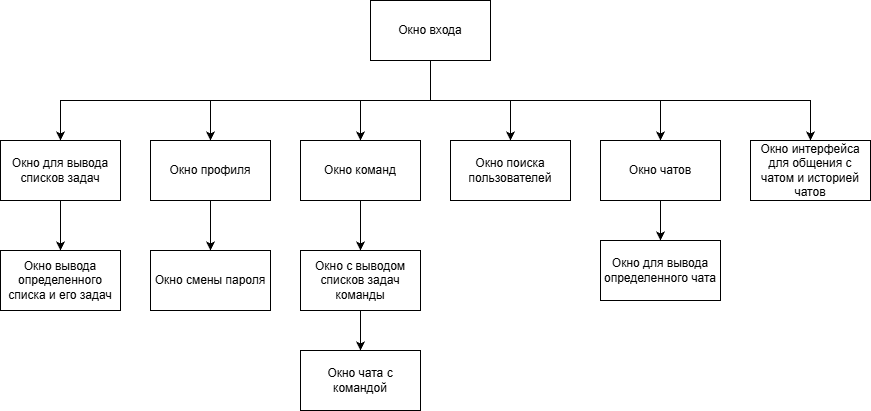
The draw.io diagram Структура внутренней части сайта.png in AleksandrMeshkov/Diplom, before a commit. Source tidied: cells renumbered, new cells last; positions are measured from the earlier drawing's top-left corner, leaving out a move shared by most shapes. Its diagram source:
```xml
<mxGraphModel>
  <root>
    <mxCell id="0" />
    <mxCell id="1" parent="0" />
    <mxCell id="2" style="edgeStyle=orthogonalEdgeStyle;rounded=0;jettySize=auto;html=1;entryX=0.5;entryY=0;entryDx=0;entryDy=0;exitX=0.5;exitY=1;exitDx=0;exitDy=0;" parent="1" edge="1" source="8" target="18">
      <mxGeometry relative="1" as="geometry" />
    </mxCell>
    <mxCell id="3" style="edgeStyle=orthogonalEdgeStyle;rounded=0;jettySize=auto;html=1;exitX=0.5;exitY=1;exitDx=0;exitDy=0;entryX=0.5;entryY=0;entryDx=0;entryDy=0;" parent="1" edge="1" source="8" target="10">
      <mxGeometry relative="1" as="geometry" />
    </mxCell>
    <mxCell id="4" style="edgeStyle=orthogonalEdgeStyle;rounded=0;jettySize=auto;html=1;exitX=0.5;exitY=1;exitDx=0;exitDy=0;entryX=0.5;entryY=0;entryDx=0;entryDy=0;" parent="1" edge="1" source="8" target="12">
      <mxGeometry relative="1" as="geometry" />
    </mxCell>
    <mxCell id="5" style="edgeStyle=orthogonalEdgeStyle;rounded=0;jettySize=auto;html=1;exitX=0.5;exitY=1;exitDx=0;exitDy=0;entryX=0.5;entryY=0;entryDx=0;entryDy=0;" parent="1" edge="1" source="8" target="16">
      <mxGeometry relative="1" as="geometry" />
    </mxCell>
    <mxCell id="6" style="edgeStyle=orthogonalEdgeStyle;rounded=0;jettySize=auto;html=1;exitX=0.5;exitY=1;exitDx=0;exitDy=0;entryX=0.5;entryY=0;entryDx=0;entryDy=0;" parent="1" edge="1" source="8" target="15">
      <mxGeometry relative="1" as="geometry" />
    </mxCell>
    <mxCell id="7" style="edgeStyle=orthogonalEdgeStyle;rounded=0;jettySize=auto;html=1;exitX=0.5;exitY=1;exitDx=0;exitDy=0;entryX=0.5;entryY=0;entryDx=0;entryDy=0;" parent="1" edge="1" source="8" target="13">
      <mxGeometry relative="1" as="geometry" />
    </mxCell>
    <mxCell id="8" value="Окно входа" style="rounded=0;whiteSpace=wrap;html=1;" parent="1" vertex="1">
      <mxGeometry x="370" width="120" height="60" as="geometry" />
    </mxCell>
    <mxCell id="9" style="edgeStyle=orthogonalEdgeStyle;rounded=0;jettySize=auto;html=1;" parent="1" edge="1" source="10" target="19">
      <mxGeometry relative="1" as="geometry" />
    </mxCell>
    <mxCell id="10" value="Окно профиля" style="rounded=0;whiteSpace=wrap;html=1;" parent="1" vertex="1">
      <mxGeometry x="150" y="140" width="120" height="60" as="geometry" />
    </mxCell>
    <mxCell id="11" style="edgeStyle=orthogonalEdgeStyle;rounded=0;jettySize=auto;html=1;" parent="1" edge="1" source="12" target="21">
      <mxGeometry relative="1" as="geometry" />
    </mxCell>
    <mxCell id="12" value="Окно команд" style="rounded=0;whiteSpace=wrap;html=1;" parent="1" vertex="1">
      <mxGeometry x="300" y="140" width="120" height="60" as="geometry" />
    </mxCell>
    <mxCell id="13" value="Окно поиска пользователей" style="rounded=0;whiteSpace=wrap;html=1;" parent="1" vertex="1">
      <mxGeometry x="450" y="140" width="120" height="60" as="geometry" />
    </mxCell>
    <mxCell id="14" style="edgeStyle=orthogonalEdgeStyle;rounded=0;jettySize=auto;html=1;" parent="1" edge="1" source="15" target="23">
      <mxGeometry relative="1" as="geometry" />
    </mxCell>
    <mxCell id="15" value="Окно чатов" style="rounded=0;whiteSpace=wrap;html=1;" parent="1" vertex="1">
      <mxGeometry x="600" y="140" width="120" height="60" as="geometry" />
    </mxCell>
    <mxCell id="16" value="Окно интерфейса для общения с чатом и историей чатов" style="rounded=0;whiteSpace=wrap;html=1;" parent="1" vertex="1">
      <mxGeometry x="750" y="140" width="120" height="60" as="geometry" />
    </mxCell>
    <mxCell id="17" style="edgeStyle=orthogonalEdgeStyle;rounded=0;jettySize=auto;html=1;" parent="1" edge="1" source="18" target="24">
      <mxGeometry relative="1" as="geometry" />
    </mxCell>
    <mxCell id="18" value="Окно для вывода списков задач" style="rounded=0;whiteSpace=wrap;html=1;" parent="1" vertex="1">
      <mxGeometry y="140" width="120" height="60" as="geometry" />
    </mxCell>
    <mxCell id="19" value="Окно смены пароля" style="rounded=0;whiteSpace=wrap;html=1;" parent="1" vertex="1">
      <mxGeometry x="150" y="250" width="120" height="60" as="geometry" />
    </mxCell>
    <mxCell id="20" style="edgeStyle=orthogonalEdgeStyle;rounded=0;jettySize=auto;html=1;" parent="1" edge="1" source="21" target="22">
      <mxGeometry relative="1" as="geometry" />
    </mxCell>
    <mxCell id="21" value="Окно с выводом списков задач команды" style="rounded=0;whiteSpace=wrap;html=1;" parent="1" vertex="1">
      <mxGeometry x="300" y="250" width="120" height="60" as="geometry" />
    </mxCell>
    <mxCell id="22" value="Окно чата с командой" style="rounded=0;whiteSpace=wrap;html=1;" parent="1" vertex="1">
      <mxGeometry x="300" y="350" width="120" height="60" as="geometry" />
    </mxCell>
    <mxCell id="23" value="Окно для вывода определенного чата" style="rounded=0;whiteSpace=wrap;html=1;" parent="1" vertex="1">
      <mxGeometry x="600" y="240" width="120" height="60" as="geometry" />
    </mxCell>
    <mxCell id="24" value="Окно вывода определенного списка и его задач" style="rounded=0;whiteSpace=wrap;html=1;" parent="1" vertex="1">
      <mxGeometry y="250" width="120" height="60" as="geometry" />
    </mxCell>
  </root>
</mxGraphModel>
```
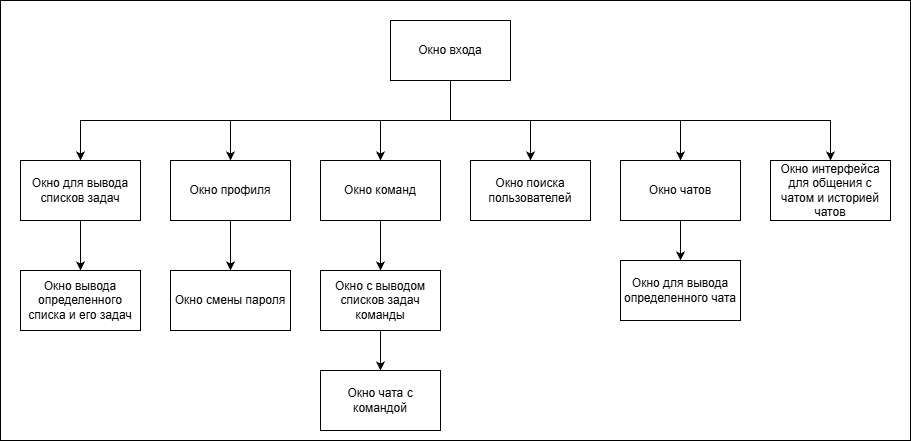
After the change.

Diff of the diagram source:
```diff
@@ -2,6 +2,9 @@
   <root>
     <mxCell id="0" />
     <mxCell id="1" parent="0" />
+    <mxCell id="25" style="rounded=0;whiteSpace=wrap;html=1;" parent="1" vertex="1">
+      <mxGeometry x="-20" y="-20" width="910" height="440" as="geometry" />
+    </mxCell>
     <mxCell id="2" style="edgeStyle=orthogonalEdgeStyle;rounded=0;jettySize=auto;html=1;entryX=0.5;entryY=0;entryDx=0;entryDy=0;exitX=0.5;exitY=1;exitDx=0;exitDy=0;" parent="1" edge="1" source="8" target="18">
       <mxGeometry relative="1" as="geometry" />
     </mxCell>
```
